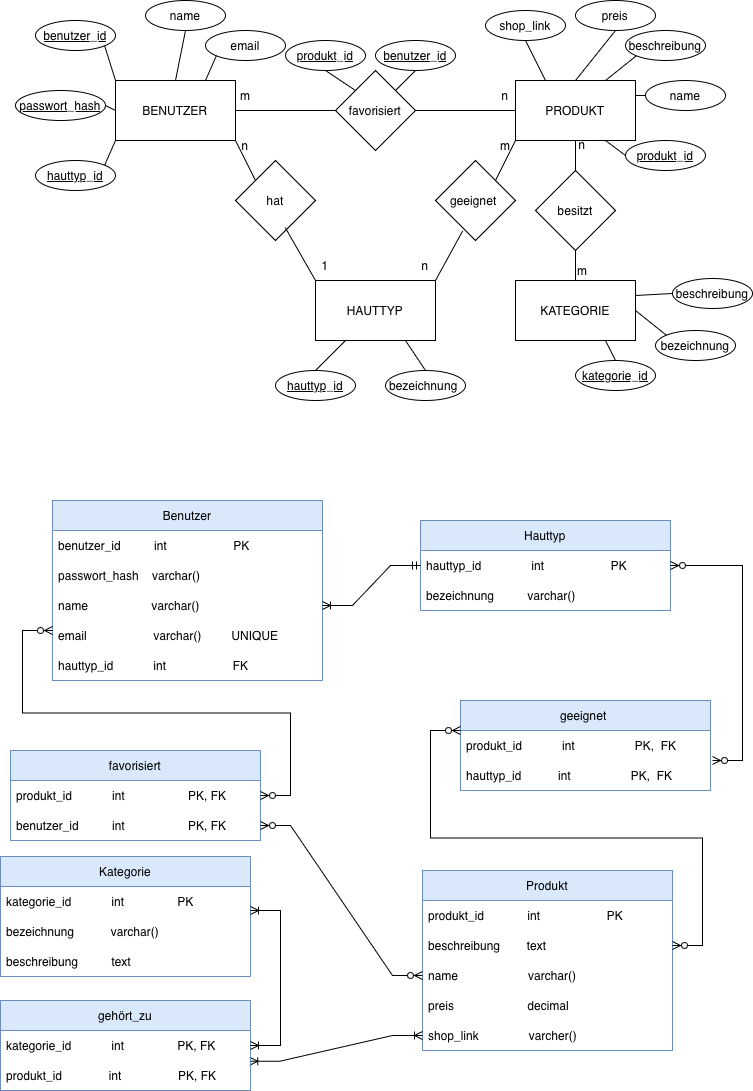
Earlier version of the draw.io export docs/assets/images/data-model.png (Tiberja/SkinSense). Source tidied: cells renumbered, new cells last; positions are measured from the earlier drawing's top-left corner, leaving out a move shared by most shapes.
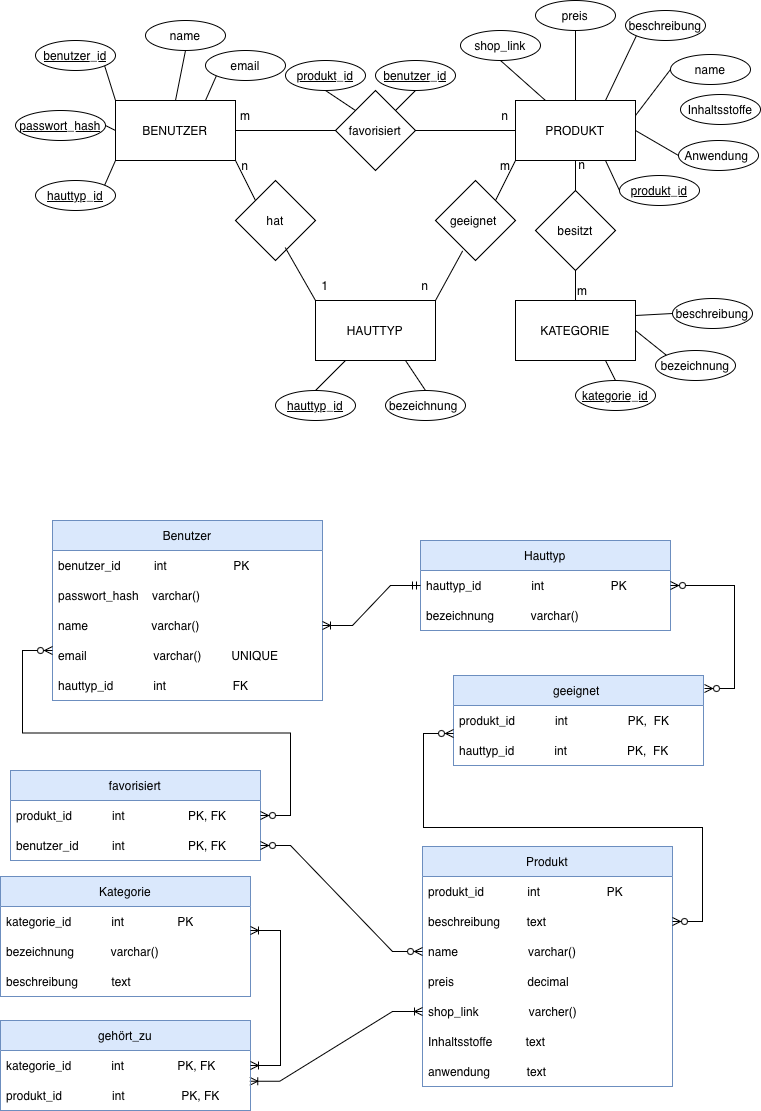
Later version of the same file.

Commit message:
data model aktualisiert

What changed in the source:
```diff
@@ -75,19 +75,19 @@
       <mxGeometry x="275" y="370" width="80" height="30" as="geometry" />
     </mxCell>
     <mxCell id="26" value="&lt;u&gt;produkt_id&lt;/u&gt;" style="ellipse;whiteSpace=wrap;html=1;" parent="1" vertex="1">
-      <mxGeometry x="625" y="140" width="80" height="30" as="geometry" />
+      <mxGeometry x="619" y="155" width="80" height="30" as="geometry" />
     </mxCell>
     <mxCell id="27" value="name" style="ellipse;whiteSpace=wrap;html=1;" parent="1" vertex="1">
-      <mxGeometry x="645" y="80" width="80" height="30" as="geometry" />
+      <mxGeometry x="670" y="34" width="80" height="30" as="geometry" />
     </mxCell>
     <mxCell id="28" value="beschreibung" style="ellipse;whiteSpace=wrap;html=1;" parent="1" vertex="1">
-      <mxGeometry x="625" y="30" width="80" height="30" as="geometry" />
+      <mxGeometry x="625" y="-10" width="80" height="30" as="geometry" />
     </mxCell>
     <mxCell id="29" value="preis" style="ellipse;whiteSpace=wrap;html=1;" parent="1" vertex="1">
-      <mxGeometry x="575" width="80" height="30" as="geometry" />
+      <mxGeometry x="535" y="-20" width="80" height="30" as="geometry" />
     </mxCell>
     <mxCell id="30" value="shop_link" style="ellipse;whiteSpace=wrap;html=1;" parent="1" vertex="1">
-      <mxGeometry x="485" y="10" width="80" height="30" as="geometry" />
+      <mxGeometry x="460" y="10" width="80" height="30" as="geometry" />
     </mxCell>
     <mxCell id="31" value="&lt;u&gt;hauttyp_id&lt;/u&gt;" style="ellipse;whiteSpace=wrap;html=1;" parent="1" vertex="1">
       <mxGeometry x="35" y="160" width="80" height="30" as="geometry" />
@@ -159,7 +159,7 @@
       <mxGeometry y="150" width="270" height="30" as="geometry" />
     </mxCell>
     <mxCell id="54" value="Produkt" style="swimlane;fontStyle=0;horizontal=1;startSize=30;whiteSpace=wrap;html=1;fillColor=#dae8fc;strokeColor=#6c8ebf;" parent="1" vertex="1">
-      <mxGeometry x="422" y="870" width="250" height="180" as="geometry" />
+      <mxGeometry x="422" y="826" width="250" height="240" as="geometry" />
     </mxCell>
     <mxCell id="55" value="produkt_id &amp;nbsp; &amp;nbsp; &amp;nbsp; &amp;nbsp; &amp;nbsp; &amp;nbsp; int &amp;nbsp; &amp;nbsp; &amp;nbsp; &amp;nbsp; &amp;nbsp; &amp;nbsp; &amp;nbsp; &amp;nbsp; &amp;nbsp; &amp;nbsp;PK" style="text;strokeColor=none;fillColor=none;align=left;verticalAlign=middle;spacingLeft=4;spacingRight=4;overflow=hidden;whiteSpace=wrap;html=1;" parent="54" vertex="1">
       <mxGeometry y="30" width="250" height="30" as="geometry" />
@@ -176,13 +176,19 @@
     <mxCell id="59" value="shop_link &amp;nbsp; &amp;nbsp; &amp;nbsp; &amp;nbsp; &amp;nbsp; &amp;nbsp; &amp;nbsp; varcher()" style="text;strokeColor=none;fillColor=none;align=left;verticalAlign=middle;spacingLeft=4;spacingRight=4;overflow=hidden;points=[[0,0.5],[1,0.5]];portConstraint=eastwest;whiteSpace=wrap;html=1;" parent="54" vertex="1">
       <mxGeometry y="150" width="250" height="30" as="geometry" />
     </mxCell>
+    <mxCell id="95" value="Inhaltsstoffe &amp;nbsp; &amp;nbsp; &amp;nbsp; &amp;nbsp; &amp;nbsp;text" style="text;strokeColor=none;fillColor=none;align=left;verticalAlign=middle;spacingLeft=4;spacingRight=4;overflow=hidden;whiteSpace=wrap;html=1;" parent="54" vertex="1">
+      <mxGeometry y="180" width="250" height="30" as="geometry" />
+    </mxCell>
+    <mxCell id="96" value="anwendung &amp;nbsp; &amp;nbsp; &amp;nbsp; &amp;nbsp; &amp;nbsp; text" style="text;strokeColor=none;fillColor=none;align=left;verticalAlign=middle;spacingLeft=4;spacingRight=4;overflow=hidden;whiteSpace=wrap;html=1;" parent="54" vertex="1">
+      <mxGeometry y="210" width="250" height="30" as="geometry" />
+    </mxCell>
     <mxCell id="60" value="Hauttyp" style="swimlane;fontStyle=0;horizontal=1;startSize=30;whiteSpace=wrap;html=1;fillColor=#dae8fc;strokeColor=#6c8ebf;" parent="1" vertex="1">
       <mxGeometry x="420" y="520" width="250" height="90" as="geometry" />
     </mxCell>
     <mxCell id="61" value="hauttyp_id &amp;nbsp; &amp;nbsp; &amp;nbsp; &amp;nbsp; &amp;nbsp; &amp;nbsp; &amp;nbsp; int &amp;nbsp; &amp;nbsp; &amp;nbsp; &amp;nbsp; &amp;nbsp; &amp;nbsp; &amp;nbsp; &amp;nbsp; &amp;nbsp; &amp;nbsp;PK" style="text;strokeColor=none;fillColor=none;align=left;verticalAlign=middle;spacingLeft=4;spacingRight=4;overflow=hidden;points=[[0,0.5],[1,0.5]];portConstraint=eastwest;whiteSpace=wrap;html=1;" parent="60" vertex="1">
       <mxGeometry y="30" width="250" height="30" as="geometry" />
     </mxCell>
-    <mxCell id="62" value="bezeichnung &amp;nbsp; &amp;nbsp; &amp;nbsp; &amp;nbsp; &amp;nbsp;varchar()" style="text;strokeColor=none;fillColor=none;align=left;verticalAlign=middle;spacingLeft=4;spacingRight=4;overflow=hidden;whiteSpace=wrap;html=1;" parent="60" vertex="1">
+    <mxCell id="62" value="bezeichnung &amp;nbsp; &amp;nbsp; &amp;nbsp; &amp;nbsp; &amp;nbsp; varchar()" style="text;strokeColor=none;fillColor=none;align=left;verticalAlign=middle;spacingLeft=4;spacingRight=4;overflow=hidden;whiteSpace=wrap;html=1;" parent="60" vertex="1">
       <mxGeometry y="60" width="250" height="30" as="geometry" />
     </mxCell>
     <mxCell id="63" value="favorisiert" style="swimlane;fontStyle=0;horizontal=1;startSize=30;whiteSpace=wrap;html=1;fillColor=#dae8fc;strokeColor=#6c8ebf;" parent="1" vertex="1">
@@ -195,12 +201,12 @@
       <mxGeometry y="60" width="250" height="30" as="geometry" />
     </mxCell>
     <mxCell id="66" value="geeignet&amp;nbsp;" style="swimlane;fontStyle=0;horizontal=1;startSize=30;whiteSpace=wrap;html=1;fillColor=#dae8fc;strokeColor=#6c8ebf;" parent="1" vertex="1">
-      <mxGeometry x="460" y="700" width="250" height="90" as="geometry" />
+      <mxGeometry x="453" y="655" width="250" height="90" as="geometry" />
     </mxCell>
     <mxCell id="67" value="produkt_id &amp;nbsp; &amp;nbsp; &amp;nbsp; &amp;nbsp; &amp;nbsp; &amp;nbsp;int &amp;nbsp; &amp;nbsp; &amp;nbsp; &amp;nbsp; &amp;nbsp; &amp;nbsp; &amp;nbsp; &amp;nbsp; &amp;nbsp;PK, &amp;nbsp;FK" style="text;strokeColor=none;fillColor=none;align=left;verticalAlign=middle;spacingLeft=4;spacingRight=4;overflow=hidden;whiteSpace=wrap;html=1;" parent="66" vertex="1">
       <mxGeometry y="30" width="250" height="30" as="geometry" />
     </mxCell>
-    <mxCell id="68" value="hauttyp_id &amp;nbsp; &amp;nbsp; &amp;nbsp; &amp;nbsp; &amp;nbsp; int &amp;nbsp; &amp;nbsp; &amp;nbsp; &amp;nbsp; &amp;nbsp; &amp;nbsp; &amp;nbsp; &amp;nbsp; &amp;nbsp;PK, &amp;nbsp;FK" style="text;strokeColor=none;fillColor=none;align=left;verticalAlign=middle;spacingLeft=4;spacingRight=4;overflow=hidden;whiteSpace=wrap;html=1;" parent="66" vertex="1">
+    <mxCell id="68" value="hauttyp_id &amp;nbsp; &amp;nbsp; &amp;nbsp; &amp;nbsp; &amp;nbsp; &amp;nbsp;int &amp;nbsp; &amp;nbsp; &amp;nbsp; &amp;nbsp; &amp;nbsp; &amp;nbsp; &amp;nbsp; &amp;nbsp; &amp;nbsp;PK, &amp;nbsp;FK" style="text;strokeColor=none;fillColor=none;align=left;verticalAlign=middle;spacingLeft=4;spacingRight=4;overflow=hidden;whiteSpace=wrap;html=1;" parent="66" vertex="1">
       <mxGeometry y="60" width="250" height="30" as="geometry" />
     </mxCell>
     <mxCell id="69" style="edgeStyle=entityRelationEdgeStyle;fontSize=12;html=1;endArrow=ERoneToMany;startArrow=ERmandOne;rounded=0;exitX=0;exitY=0.5;exitDx=0;exitDy=0;entryX=1;entryY=0.5;entryDx=0;entryDy=0;" parent="1" edge="1" source="61" target="51">
@@ -216,12 +222,12 @@
     </mxCell>
     <mxCell id="72" style="edgeStyle=entityRelationEdgeStyle;fontSize=12;html=1;endArrow=ERzeroToMany;endFill=1;startArrow=ERzeroToMany;rounded=0;entryX=1;entryY=0.5;entryDx=0;entryDy=0;" parent="1" edge="1" target="61">
       <mxGeometry relative="1" as="geometry">
-        <mxPoint x="712" y="760" as="sourcePoint" />
+        <mxPoint x="704" y="668" as="sourcePoint" />
       </mxGeometry>
     </mxCell>
     <mxCell id="73" style="edgeStyle=entityRelationEdgeStyle;fontSize=12;html=1;endArrow=ERzeroToMany;endFill=1;startArrow=ERzeroToMany;rounded=0;exitX=1;exitY=0.5;exitDx=0;exitDy=0;" parent="1" edge="1" source="56">
       <mxGeometry relative="1" as="geometry">
-        <mxPoint x="460" y="730" as="targetPoint" />
+        <mxPoint x="453" y="713" as="targetPoint" />
       </mxGeometry>
     </mxCell>
     <mxCell id="74" value="KATEGORIE" style="rounded=0;whiteSpace=wrap;html=1;" parent="1" vertex="1">
@@ -269,7 +275,7 @@
     <mxCell id="88" value="kategorie_id &amp;nbsp; &amp;nbsp; &amp;nbsp; &amp;nbsp; &amp;nbsp; &amp;nbsp;int &amp;nbsp; &amp;nbsp; &amp;nbsp; &amp;nbsp; &amp;nbsp; &amp;nbsp; &amp;nbsp; &amp;nbsp;PK, FK" style="text;strokeColor=none;fillColor=none;align=left;verticalAlign=middle;spacingLeft=4;spacingRight=4;overflow=hidden;points=[[0,0.5],[1,0.5]];portConstraint=eastwest;whiteSpace=wrap;html=1;" parent="87" vertex="1">
       <mxGeometry y="30" width="250" height="30" as="geometry" />
     </mxCell>
-    <mxCell id="89" value="produkt_id &amp;nbsp; &amp;nbsp; &amp;nbsp; &amp;nbsp; &amp;nbsp; &amp;nbsp; &amp;nbsp;int &amp;nbsp; &amp;nbsp; &amp;nbsp; &amp;nbsp; &amp;nbsp; &amp;nbsp; &amp;nbsp; &amp;nbsp; PK, FK" style="text;strokeColor=none;fillColor=none;align=left;verticalAlign=middle;spacingLeft=4;spacingRight=4;overflow=hidden;points=[[0,0.5],[1,0.5]];portConstraint=eastwest;whiteSpace=wrap;html=1;" parent="87" vertex="1">
+    <mxCell id="89" value="produkt_id &amp;nbsp; &amp;nbsp; &amp;nbsp; &amp;nbsp; &amp;nbsp; &amp;nbsp; &amp;nbsp; int &amp;nbsp; &amp;nbsp; &amp;nbsp; &amp;nbsp; &amp;nbsp; &amp;nbsp; &amp;nbsp; &amp;nbsp; PK, FK" style="text;strokeColor=none;fillColor=none;align=left;verticalAlign=middle;spacingLeft=4;spacingRight=4;overflow=hidden;points=[[0,0.5],[1,0.5]];portConstraint=eastwest;whiteSpace=wrap;html=1;" parent="87" vertex="1">
       <mxGeometry y="60" width="250" height="30" as="geometry" />
     </mxCell>
     <mxCell id="90" style="edgeStyle=entityRelationEdgeStyle;fontSize=12;html=1;endArrow=ERoneToMany;startArrow=ERoneToMany;rounded=0;entryX=1;entryY=0.5;entryDx=0;entryDy=0;exitX=0.997;exitY=0.025;exitDx=0;exitDy=0;exitPerimeter=0;" parent="1" edge="1" target="88">
@@ -289,5 +295,14 @@
     <mxCell id="94" value="m" style="text;html=1;whiteSpace=wrap;strokeColor=none;fillColor=none;align=center;verticalAlign=middle;rounded=0;" parent="1" vertex="1">
       <mxGeometry x="552" y="255" width="60" height="30" as="geometry" />
     </mxCell>
+    <mxCell id="97" value="Inhaltsstoffe" style="ellipse;whiteSpace=wrap;html=1;" parent="1" vertex="1">
+      <mxGeometry x="680" y="74" width="80" height="30" as="geometry" />
+    </mxCell>
+    <mxCell id="98" value="Anwendung&amp;nbsp;" style="ellipse;whiteSpace=wrap;html=1;" parent="1" vertex="1">
+      <mxGeometry x="678" y="120" width="80" height="30" as="geometry" />
+    </mxCell>
+    <mxCell id="99" style="endArrow=none;html=1;rounded=0;exitX=0;exitY=0.5;exitDx=0;exitDy=0;entryX=1;entryY=0.5;entryDx=0;entryDy=0;" parent="1" edge="1" source="98" target="3">
+      <mxGeometry relative="1" as="geometry" />
+    </mxCell>
   </root>
 </mxGraphModel>
```
